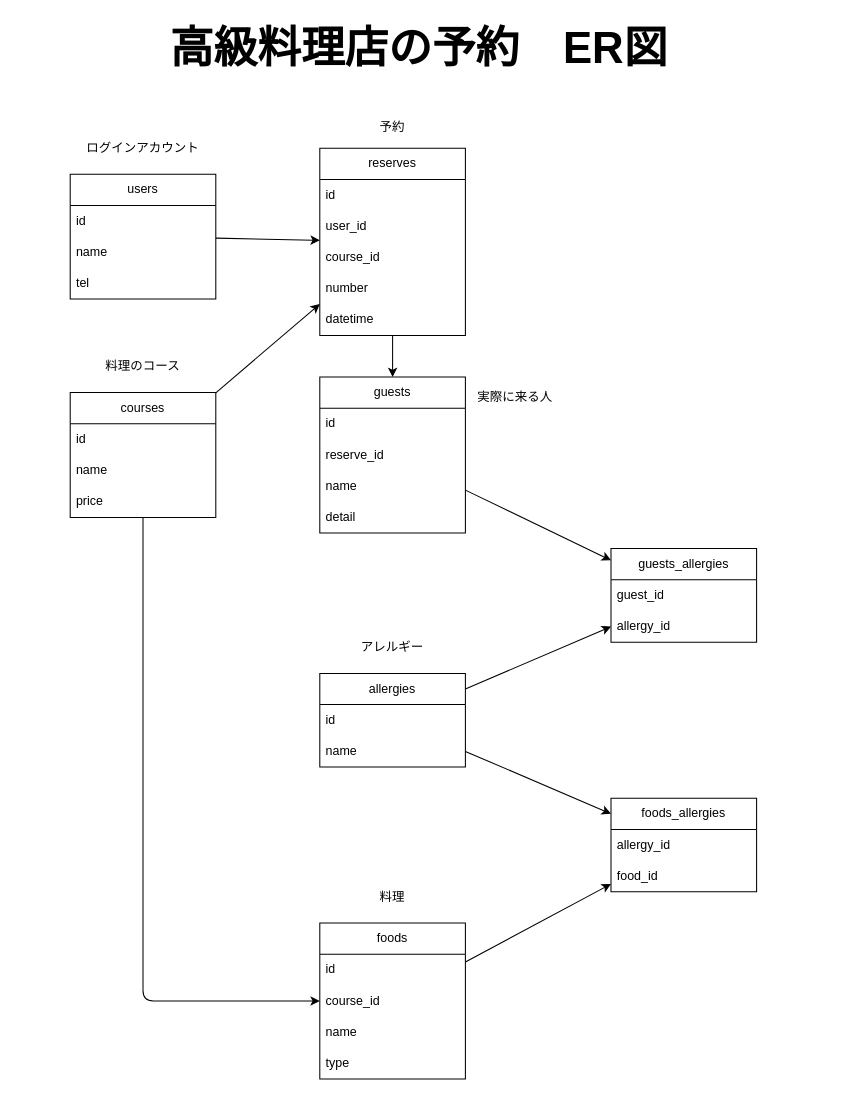
suna963019/hotel_project keeps this draw.io diagram as tables.drawio. Above is the earlier version. Source tidied: cells renumbered, new cells numbered last; positions are measured from the earlier drawing's top-left corner, leaving out a move shared by most shapes. Both pictures are drawn from the tidied source at 104%, with x=0, y=0 at pixel (18, 18).
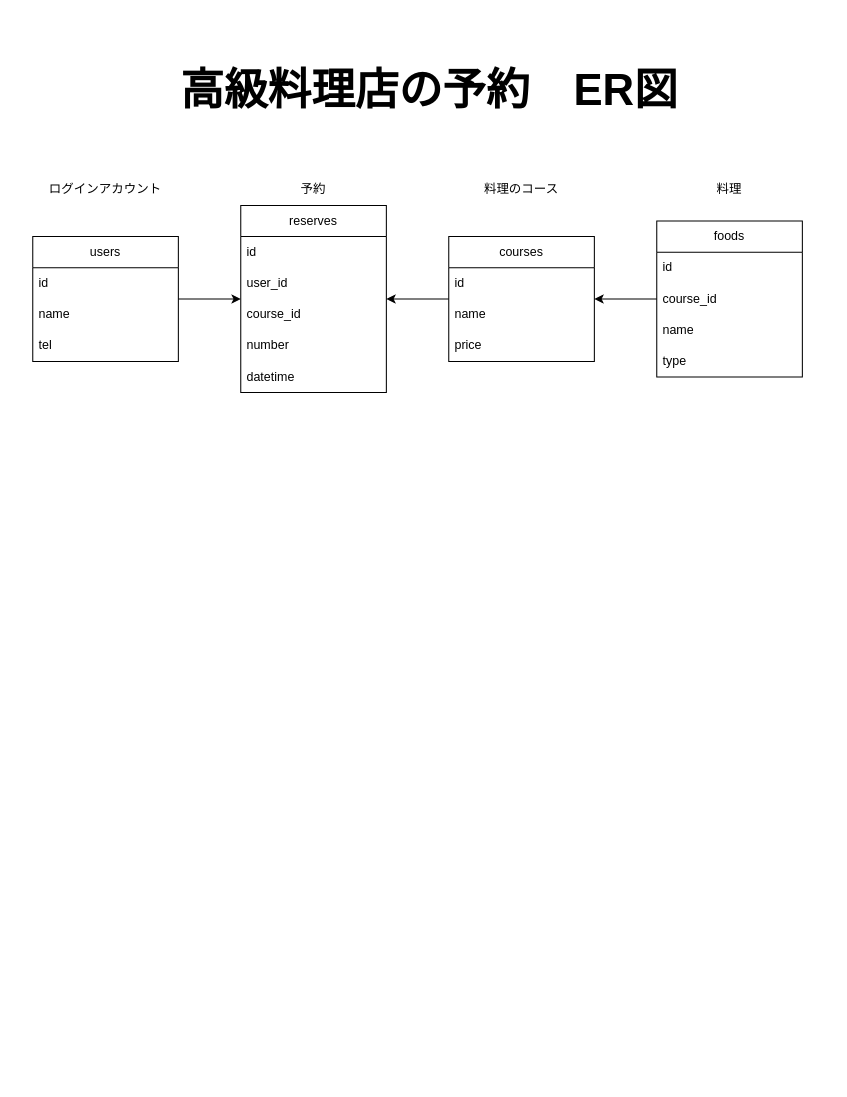
The same diagram, later.

Diff of the diagram source:
```diff
@@
     <mxCell id="3" value="users" style="swimlane;fontStyle=0;horizontal=1;startSize=30;whiteSpace=wrap;html=1;" parent="1" vertex="1">
-      <mxGeometry x="50" y="150" width="140" height="120" as="geometry" />
+      <mxGeometry x="14" y="210" width="140" height="120" as="geometry" />
     </mxCell>
@@
-    <mxCell id="7" style="edgeStyle=none;html=1;" parent="1" edge="1" source="8" target="21">
-      <mxGeometry relative="1" as="geometry" />
-    </mxCell>
     <mxCell id="8" value="reserves" style="swimlane;fontStyle=0;horizontal=1;startSize=30;whiteSpace=wrap;html=1;" parent="1" vertex="1">
-      <mxGeometry x="290" y="125" width="140" height="180" as="geometry" />
+      <mxGeometry x="214" y="180" width="140" height="180" as="geometry" />
     </mxCell>
@@
-    <mxCell id="15" style="edgeStyle=none;html=1;fontSize=12;" parent="1" edge="1" source="16" target="36">
-      <mxGeometry relative="1" as="geometry">
-        <Array as="points">
-          <mxPoint x="120" y="945" />
-        </Array>
-      </mxGeometry>
-    </mxCell>
     <mxCell id="16" value="courses" style="swimlane;fontStyle=0;horizontal=1;startSize=30;whiteSpace=wrap;html=1;" parent="1" vertex="1">
-      <mxGeometry x="50" y="360" width="140" height="120" as="geometry" />
+      <mxGeometry x="414" y="210" width="140" height="120" as="geometry" />
     </mxCell>
@@
-    <mxCell id="20" style="edgeStyle=none;html=1;fontSize=12;" parent="1" edge="1" source="21" target="27">
-      <mxGeometry relative="1" as="geometry" />
-    </mxCell>
-    <mxCell id="21" value="guests" style="swimlane;fontStyle=0;horizontal=1;startSize=30;whiteSpace=wrap;html=1;" parent="1" vertex="1">
-      <mxGeometry x="290" y="345" width="140" height="150" as="geometry" />
-    </mxCell>
-    <mxCell id="22" value="id" style="text;strokeColor=none;fillColor=none;align=left;verticalAlign=middle;spacingLeft=4;spacingRight=4;overflow=hidden;whiteSpace=wrap;html=1;" parent="21" vertex="1">
-      <mxGeometry y="30" width="140" height="30" as="geometry" />
-    </mxCell>
-    <mxCell id="23" value="reserve_id" style="text;strokeColor=none;fillColor=none;align=left;verticalAlign=middle;spacingLeft=4;spacingRight=4;overflow=hidden;whiteSpace=wrap;html=1;" parent="21" vertex="1">
-      <mxGeometry y="60" width="140" height="30" as="geometry" />
-    </mxCell>
-    <mxCell id="24" value="name" style="text;strokeColor=none;fillColor=none;align=left;verticalAlign=middle;spacingLeft=4;spacingRight=4;overflow=hidden;whiteSpace=wrap;html=1;" parent="21" vertex="1">
-      <mxGeometry y="90" width="140" height="30" as="geometry" />
-    </mxCell>
-    <mxCell id="25" value="detail" style="text;strokeColor=none;fillColor=none;align=left;verticalAlign=middle;spacingLeft=4;spacingRight=4;overflow=hidden;whiteSpace=wrap;html=1;" parent="21" vertex="1">
-      <mxGeometry y="120" width="140" height="30" as="geometry" />
-    </mxCell>
     <mxCell id="26" value="高級料理店の予約　ER図" style="text;strokeColor=none;fillColor=none;html=1;fontSize=42;fontStyle=1;verticalAlign=middle;align=center;" parent="1" vertex="1">
-      <mxGeometry width="770" height="60" as="geometry" />
+      <mxGeometry x="10" y="40" width="770" height="60" as="geometry" />
     </mxCell>
-    <mxCell id="27" value="guests_allergies" style="swimlane;fontStyle=0;horizontal=1;startSize=30;whiteSpace=wrap;html=1;fontSize=12;" parent="1" vertex="1">
-      <mxGeometry x="570" y="510" width="140" height="90" as="geometry" />
-    </mxCell>
-    <mxCell id="28" value="guest_id" style="text;strokeColor=none;fillColor=none;align=left;verticalAlign=middle;spacingLeft=4;spacingRight=4;overflow=hidden;whiteSpace=wrap;html=1;fontSize=12;" parent="27" vertex="1">
-      <mxGeometry y="30" width="140" height="30" as="geometry" />
-    </mxCell>
-    <mxCell id="29" value="allergy_id" style="text;strokeColor=none;fillColor=none;align=left;verticalAlign=middle;spacingLeft=4;spacingRight=4;overflow=hidden;whiteSpace=wrap;html=1;" parent="27" vertex="1">
-      <mxGeometry y="60" width="140" height="30" as="geometry" />
-    </mxCell>
-    <mxCell id="30" style="edgeStyle=none;html=1;fontSize=12;" parent="1" edge="1" source="32" target="27">
-      <mxGeometry relative="1" as="geometry" />
-    </mxCell>
-    <mxCell id="31" style="edgeStyle=none;html=1;fontSize=12;" parent="1" edge="1" source="32" target="41">
-      <mxGeometry relative="1" as="geometry" />
-    </mxCell>
-    <mxCell id="32" value="allergies" style="swimlane;fontStyle=0;horizontal=1;startSize=30;whiteSpace=wrap;html=1;fontSize=12;" parent="1" vertex="1">
-      <mxGeometry x="290" y="630" width="140" height="90" as="geometry" />
-    </mxCell>
-    <mxCell id="33" value="id" style="text;strokeColor=none;fillColor=none;align=left;verticalAlign=middle;spacingLeft=4;spacingRight=4;overflow=hidden;whiteSpace=wrap;html=1;fontSize=12;" parent="32" vertex="1">
-      <mxGeometry y="30" width="140" height="30" as="geometry" />
-    </mxCell>
-    <mxCell id="34" value="name" style="text;strokeColor=none;fillColor=none;align=left;verticalAlign=middle;spacingLeft=4;spacingRight=4;overflow=hidden;whiteSpace=wrap;html=1;fontSize=12;" parent="32" vertex="1">
-      <mxGeometry y="60" width="140" height="30" as="geometry" />
-    </mxCell>
-    <mxCell id="35" style="edgeStyle=none;html=1;fontSize=12;" parent="1" edge="1" source="36" target="41">
-      <mxGeometry relative="1" as="geometry" />
-    </mxCell>
+    <mxCell id="7" style="edgeStyle=none;html=1;" parent="1" edge="1" source="36" target="16">
+      <mxGeometry relative="1" as="geometry" />
+    </mxCell>
     <mxCell id="36" value="foods" style="swimlane;fontStyle=0;horizontal=1;startSize=30;whiteSpace=wrap;html=1;fontSize=12;" parent="1" vertex="1">
-      <mxGeometry x="290" y="870" width="140" height="150" as="geometry" />
+      <mxGeometry x="614" y="195" width="140" height="150" as="geometry" />
     </mxCell>
@@
-    <mxCell id="41" value="foods_allergies" style="swimlane;fontStyle=0;horizontal=1;startSize=30;whiteSpace=wrap;html=1;fontSize=12;" parent="1" vertex="1">
-      <mxGeometry x="570" y="750" width="140" height="90" as="geometry" />
-    </mxCell>
-    <mxCell id="42" value="allergy_id" style="text;strokeColor=none;fillColor=none;align=left;verticalAlign=middle;spacingLeft=4;spacingRight=4;overflow=hidden;whiteSpace=wrap;html=1;fontSize=12;" parent="41" vertex="1">
-      <mxGeometry y="30" width="140" height="30" as="geometry" />
-    </mxCell>
-    <mxCell id="43" value="food_id" style="text;strokeColor=none;fillColor=none;align=left;verticalAlign=middle;spacingLeft=4;spacingRight=4;overflow=hidden;whiteSpace=wrap;html=1;fontSize=12;" parent="41" vertex="1">
-      <mxGeometry y="60" width="140" height="30" as="geometry" />
-    </mxCell>
     <mxCell id="44" value="料理のコース" style="text;html=1;strokeColor=none;fillColor=none;align=center;verticalAlign=middle;whiteSpace=wrap;rounded=0;" parent="1" vertex="1">
-      <mxGeometry x="50" y="320" width="140" height="30" as="geometry" />
+      <mxGeometry x="414" y="150" width="140" height="30" as="geometry" />
     </mxCell>
-    <mxCell id="45" value="実際に来る人" style="text;html=1;strokeColor=none;fillColor=none;align=center;verticalAlign=middle;whiteSpace=wrap;rounded=0;" parent="1" vertex="1">
-      <mxGeometry x="430" y="350" width="96" height="30" as="geometry" />
-    </mxCell>
     <mxCell id="46" value="料理" style="text;html=1;strokeColor=none;fillColor=none;align=center;verticalAlign=middle;whiteSpace=wrap;rounded=0;" parent="1" vertex="1">
-      <mxGeometry x="290" y="830" width="140" height="30" as="geometry" />
+      <mxGeometry x="614" y="150" width="140" height="30" as="geometry" />
     </mxCell>
-    <mxCell id="47" value="アレルギー" style="text;html=1;strokeColor=none;fillColor=none;align=center;verticalAlign=middle;whiteSpace=wrap;rounded=0;" parent="1" vertex="1">
-      <mxGeometry x="290" y="590" width="140" height="30" as="geometry" />
-    </mxCell>
     <mxCell id="48" value="ログインアカウント" style="text;html=1;strokeColor=none;fillColor=none;align=center;verticalAlign=middle;whiteSpace=wrap;rounded=0;" parent="1" vertex="1">
-      <mxGeometry x="50" y="110" width="140" height="30" as="geometry" />
+      <mxGeometry x="14" y="150" width="140" height="30" as="geometry" />
     </mxCell>
     <mxCell id="49" value="予約" style="text;html=1;strokeColor=none;fillColor=none;align=center;verticalAlign=middle;whiteSpace=wrap;rounded=0;" parent="1" vertex="1">
-      <mxGeometry x="290" y="90" width="140" height="30" as="geometry" />
+      <mxGeometry x="214" y="150" width="140" height="30" as="geometry" />
     </mxCell>
```
